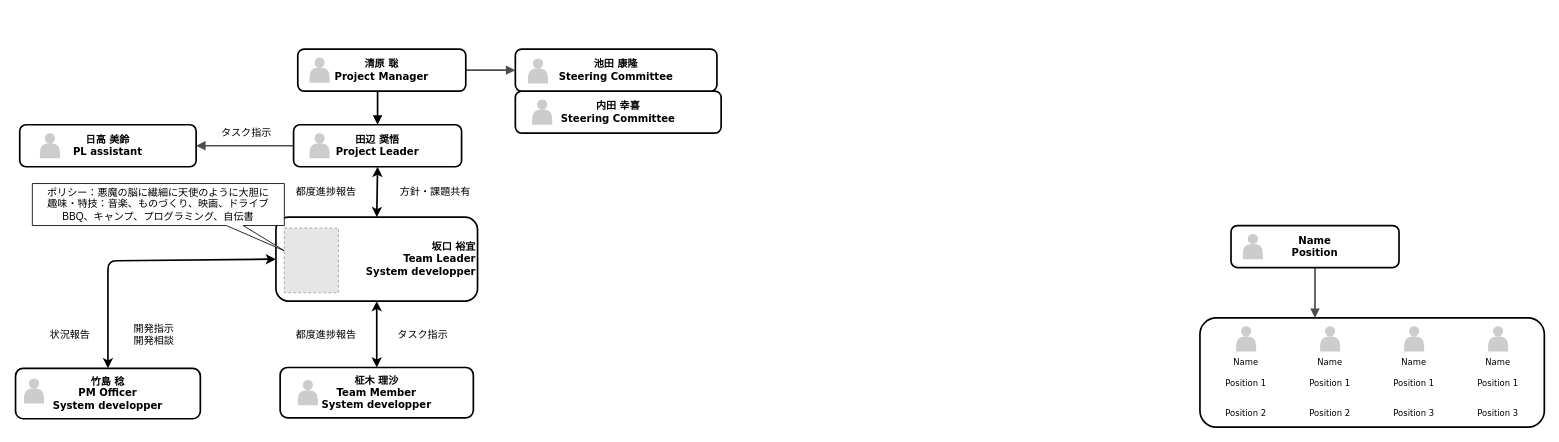
Above: Untitled Diagram.drawio in sakag-120/fwpj_team (draw.io), before the change. Source tidied: cells renumbered, new cells numbered last; positions are measured from the earlier drawing's top-left corner, leaving out a move shared by most shapes. Both pictures are drawn from the tidied source at 84%, with x=0, y=0 at pixel (15, 49). Pictures stored in the file or linked from it are replaced by grey dashed boxes.
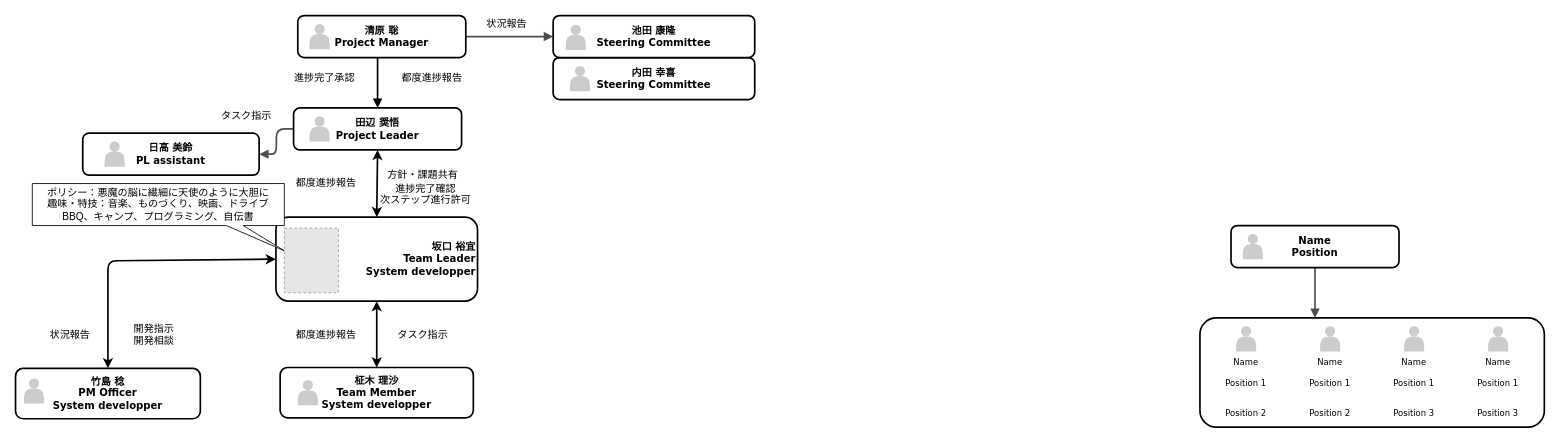
Above is the later version.

What changed in the source:
```diff
@@
     <mxCell id="18" value="&lt;b&gt;&lt;span&gt;日高 美鈴&lt;/span&gt;&lt;/b&gt;&lt;div&gt;&lt;b&gt;PL assistant&lt;br&gt;&lt;/b&gt;&lt;/div&gt;" style="whiteSpace=wrap;html=1;rounded=1;shadow=0;comic=0;strokeWidth=2;fontFamily=Verdana;align=center;fontSize=12;fontStyle=1;" parent="1" vertex="1">
-      <mxGeometry x="5" y="90" width="210" height="50" as="geometry" />
+      <mxGeometry x="80" y="100" width="210" height="50" as="geometry" />
     </mxCell>
     <mxCell id="19" style="shape=actor;whiteSpace=wrap;html=1;rounded=0;shadow=0;comic=0;strokeWidth=1;fillColor=#CCCCCC;fontFamily=Verdana;align=center;strokeColor=none;fontSize=12;fontStyle=1;" parent="1" vertex="1">
-      <mxGeometry x="29" y="100" width="24" height="30" as="geometry" />
+      <mxGeometry x="106" y="110" width="24" height="30" as="geometry" />
     </mxCell>
     <mxCell id="20" value="田辺 奨悟&lt;br&gt;&lt;div&gt;&lt;span&gt;Project Leader&lt;br&gt;&lt;/span&gt;&lt;/div&gt;" style="whiteSpace=wrap;html=1;rounded=1;shadow=0;comic=0;strokeWidth=2;fontFamily=Verdana;align=center;fontSize=12;fontStyle=1;" parent="1" vertex="1">
-      <mxGeometry x="331" y="90" width="200" height="50" as="geometry" />
+      <mxGeometry x="331" y="70" width="200" height="50" as="geometry" />
     </mxCell>
     <mxCell id="21" style="shape=actor;whiteSpace=wrap;html=1;rounded=0;shadow=0;comic=0;strokeWidth=1;fillColor=#CCCCCC;fontFamily=Verdana;align=center;strokeColor=none;fontSize=12;fontStyle=1;" parent="1" vertex="1">
-      <mxGeometry x="350" y="100" width="24" height="30" as="geometry" />
+      <mxGeometry x="350" y="80" width="24" height="30" as="geometry" />
     </mxCell>
@@
     <mxCell id="23" value="内田&lt;span&gt; 幸喜&lt;/span&gt;&lt;div&gt;&lt;span class=&quot;st&quot;&gt;Steering Committee&lt;/span&gt;&lt;/div&gt;" style="whiteSpace=wrap;html=1;rounded=1;shadow=0;comic=0;strokeWidth=2;fontFamily=Verdana;align=center;fontSize=12;fontStyle=1;" parent="1" vertex="1">
-      <mxGeometry x="595" y="50" width="245" height="50" as="geometry" />
+      <mxGeometry x="640" y="10" width="240" height="50" as="geometry" />
     </mxCell>
     <mxCell id="24" style="shape=actor;whiteSpace=wrap;html=1;rounded=0;shadow=0;comic=0;strokeWidth=1;fillColor=#CCCCCC;fontFamily=Verdana;align=center;strokeColor=none;fontSize=12;fontStyle=1;" parent="1" vertex="1">
-      <mxGeometry x="615" y="60" width="24" height="30" as="geometry" />
+      <mxGeometry x="660" y="20" width="24" height="30" as="geometry" />
     </mxCell>
@@
     <mxCell id="26" value="清原 聡&lt;br&gt;&lt;div&gt;&lt;span&gt;Project Manager&lt;/span&gt;&lt;/div&gt;" style="whiteSpace=wrap;html=1;rounded=1;shadow=0;comic=0;strokeWidth=2;fontFamily=Verdana;align=center;fontSize=12;fontStyle=1;" parent="1" vertex="1">
-      <mxGeometry x="336" width="200" height="50" as="geometry" />
+      <mxGeometry x="336" y="-40" width="200" height="50" as="geometry" />
     </mxCell>
     <mxCell id="27" style="shape=actor;whiteSpace=wrap;html=1;rounded=0;shadow=0;comic=0;strokeWidth=1;fillColor=#CCCCCC;fontFamily=Verdana;align=center;strokeColor=none;fontSize=12;fontStyle=1;" parent="1" vertex="1">
-      <mxGeometry x="350" y="10" width="24" height="30" as="geometry" />
+      <mxGeometry x="350" y="-30" width="24" height="30" as="geometry" />
     </mxCell>
     <mxCell id="28" value="&lt;div&gt;池田 康隆&lt;/div&gt;&lt;div&gt;&lt;span class=&quot;st&quot;&gt;Steering Committee&lt;/span&gt;&lt;/div&gt;" style="whiteSpace=wrap;html=1;rounded=1;shadow=0;comic=0;strokeWidth=2;fontFamily=Verdana;align=center;fontSize=12;fontStyle=1;" parent="1" vertex="1">
-      <mxGeometry x="595" width="240" height="50" as="geometry" />
+      <mxGeometry x="640" y="-40" width="240" height="50" as="geometry" />
     </mxCell>
     <mxCell id="29" style="shape=actor;whiteSpace=wrap;html=1;rounded=0;shadow=0;comic=0;strokeWidth=1;fillColor=#CCCCCC;fontFamily=Verdana;align=center;strokeColor=none;fontSize=12;fontStyle=1;" parent="1" vertex="1">
-      <mxGeometry x="610" y="11" width="24" height="30" as="geometry" />
+      <mxGeometry x="655" y="-29" width="24" height="30" as="geometry" />
     </mxCell>
@@
     <mxCell id="46" value="方針・課題共有" style="text;html=1;strokeColor=none;fillColor=none;align=center;verticalAlign=middle;whiteSpace=wrap;rounded=0;" parent="1" vertex="1">
-      <mxGeometry x="450" y="160" width="100" height="20" as="geometry" />
+      <mxGeometry x="435" y="140" width="100" height="20" as="geometry" />
     </mxCell>
     <mxCell id="47" value="都度進捗報告" style="text;html=1;strokeColor=none;fillColor=none;align=center;verticalAlign=middle;whiteSpace=wrap;rounded=0;" parent="1" vertex="1">
-      <mxGeometry x="330" y="160" width="80" height="20" as="geometry" />
+      <mxGeometry x="456" y="25" width="80" height="20" as="geometry" />
     </mxCell>
     <mxCell id="48" value="タスク指示" style="text;html=1;strokeColor=none;fillColor=none;align=center;verticalAlign=middle;whiteSpace=wrap;rounded=0;" parent="1" vertex="1">
-      <mxGeometry x="240" y="90" width="70" height="20" as="geometry" />
+      <mxGeometry x="240" y="70" width="70" height="20" as="geometry" />
     </mxCell>
+    <mxCell id="49" value="&lt;div&gt;進捗完了確認&lt;br&gt;&lt;/div&gt;&lt;div&gt;次ステップ進行許可&lt;/div&gt;&lt;div&gt;&lt;br&gt;&lt;/div&gt;" style="text;html=1;strokeColor=none;fillColor=none;align=center;verticalAlign=middle;whiteSpace=wrap;rounded=0;" parent="1" vertex="1">
+      <mxGeometry x="427" y="170" width="123" height="20" as="geometry" />
+    </mxCell>
+    <mxCell id="50" value="進捗完了承認" style="text;whiteSpace=wrap;html=1;" parent="1" vertex="1">
+      <mxGeometry x="330" y="20" width="100" height="30" as="geometry" />
+    </mxCell>
+    <mxCell id="51" value="都度進捗報告" style="text;html=1;strokeColor=none;fillColor=none;align=center;verticalAlign=middle;whiteSpace=wrap;rounded=0;" parent="1" vertex="1">
+      <mxGeometry x="330" y="150" width="80" height="20" as="geometry" />
+    </mxCell>
+    <mxCell id="52" value="状況報告" style="text;html=1;strokeColor=none;fillColor=none;align=center;verticalAlign=middle;whiteSpace=wrap;rounded=0;" parent="1" vertex="1">
+      <mxGeometry x="545" y="-40" width="80" height="20" as="geometry" />
+    </mxCell>
```
